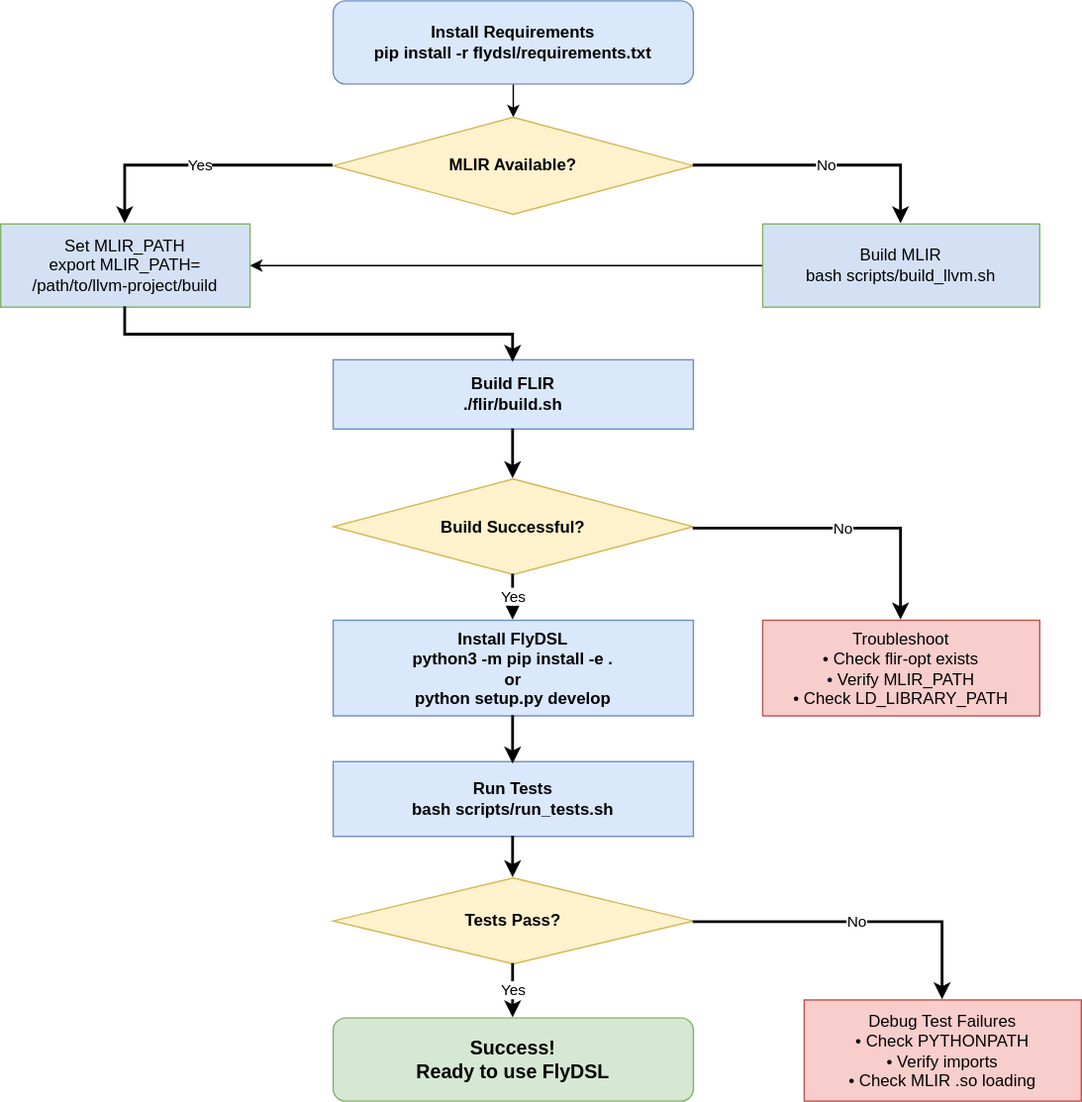
Before: blogs/software-tools-optimization/flydsl-python-native/images/flydsl-figure2-getting-started-flow.svg, a diagram exported from draw.io (ROCm/rocm-blogs). Source tidied: cells renumbered, new cells last; positions are measured from the earlier drawing's top-left corner, leaving out a move shared by most shapes.
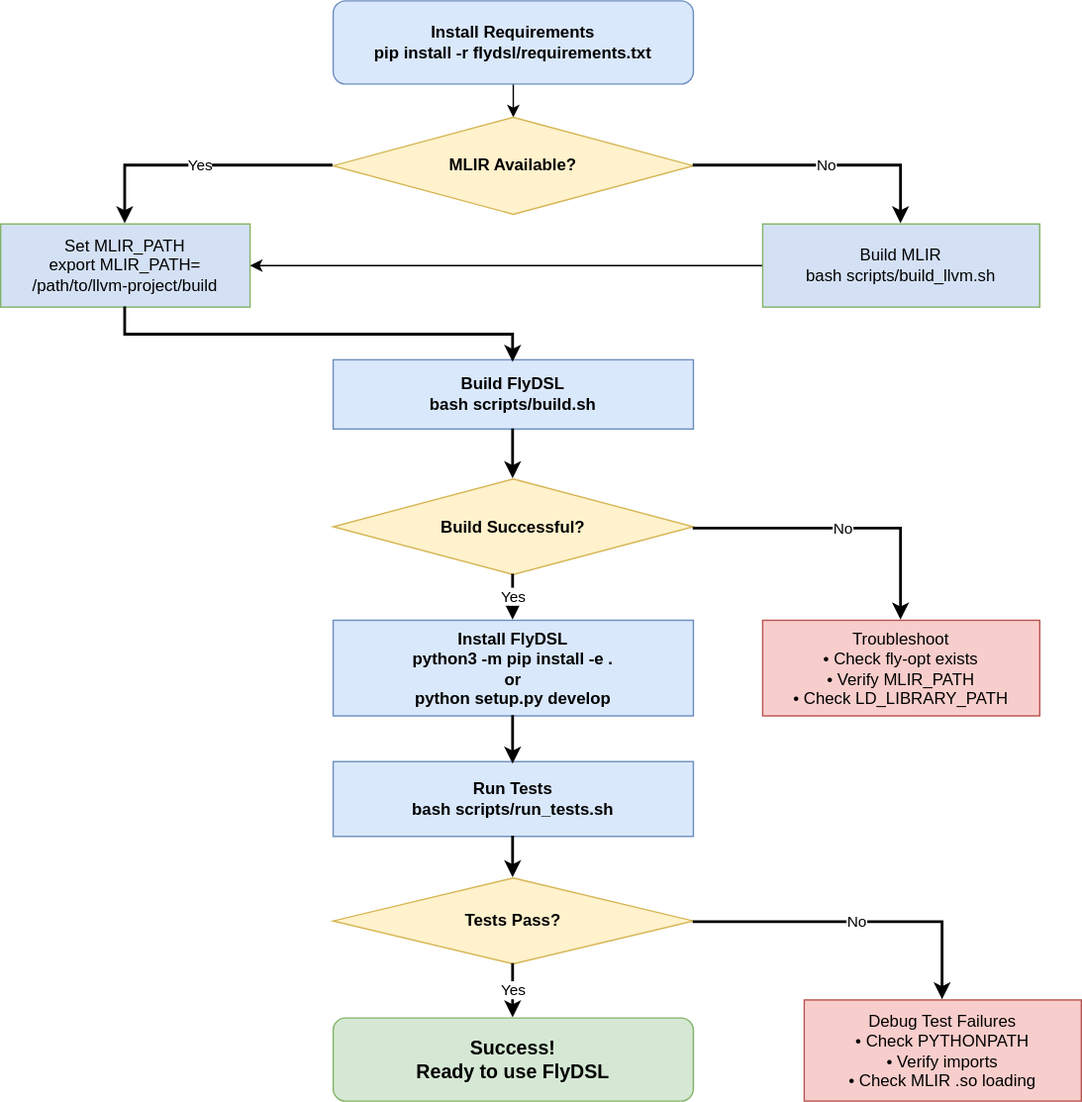
After the commit.

Commit message:
Edit on existing blog: Updated flydsl blog content (#2262)

* updated flydsl blog content

* fix linting errors

---------

What changed in the source:
```diff
@@ -20,13 +20,13 @@
     <mxCell id="7" value="Build MLIR&#10;bash scripts/build_llvm.sh" style="rounded=0;whiteSpace=wrap;html=1;fillColor=#D4E1F5;strokeColor=#82b366;" parent="1" vertex="1">
       <mxGeometry x="550" y="161" width="200" height="60" as="geometry" />
     </mxCell>
-    <mxCell id="8" value="Build FLIR&lt;br&gt;./flir/build.sh" style="rounded=0;whiteSpace=wrap;html=1;fillColor=#dae8fc;strokeColor=#6c8ebf;fontStyle=1;" parent="1" vertex="1">
+    <mxCell id="8" value="Build FlyDSL&lt;br&gt;bash scripts/build.sh" style="rounded=0;whiteSpace=wrap;html=1;fillColor=#dae8fc;strokeColor=#6c8ebf;fontStyle=1;" parent="1" vertex="1">
       <mxGeometry x="240" y="259" width="260" height="50" as="geometry" />
     </mxCell>
     <mxCell id="9" value="Build Successful?" style="rhombus;whiteSpace=wrap;html=1;fillColor=#fff2cc;strokeColor=#d6b656;fontStyle=1;" parent="1" vertex="1">
       <mxGeometry x="240" y="345" width="260" height="69" as="geometry" />
     </mxCell>
-    <mxCell id="10" value="Troubleshoot&#10;• Check flir-opt exists&#10;• Verify MLIR_PATH&#10;• Check LD_LIBRARY_PATH" style="rounded=0;whiteSpace=wrap;html=1;fillColor=#f8cecc;strokeColor=#b85450;" parent="1" vertex="1">
+    <mxCell id="10" value="Troubleshoot&#10;• Check fly-opt exists&#10;• Verify MLIR_PATH&#10;• Check LD_LIBRARY_PATH" style="rounded=0;whiteSpace=wrap;html=1;fillColor=#f8cecc;strokeColor=#b85450;" parent="1" vertex="1">
       <mxGeometry x="550" y="447" width="200" height="69" as="geometry" />
     </mxCell>
     <mxCell id="11" value="Install FlyDSL&lt;br&gt;python3 -m pip install -e .&lt;br&gt;or&lt;br&gt;python setup.py develop" style="rounded=0;whiteSpace=wrap;html=1;fillColor=#dae8fc;strokeColor=#6c8ebf;fontStyle=1;" parent="1" vertex="1">
```
